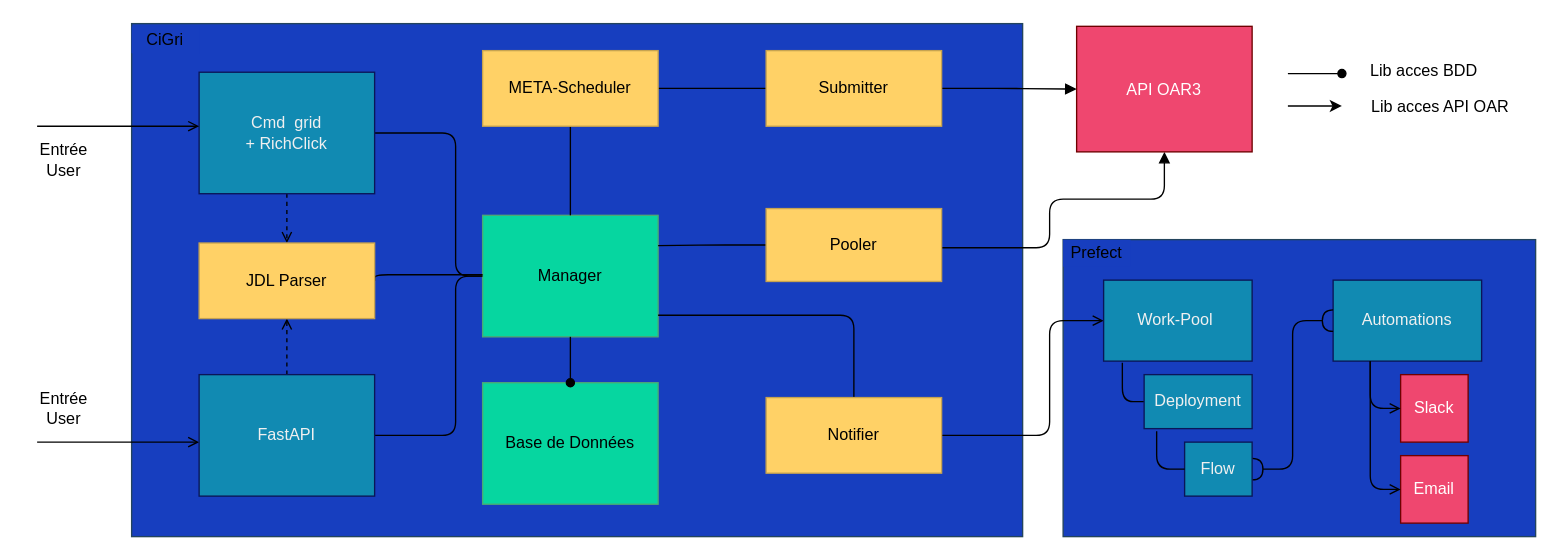
Before: docs/img/diagram/architecture_cigri_v4.drawio in 2023-2024-PROJET-S10-G10/docs, a draw.io diagram. Source tidied: cells renumbered, new cells numbered last; positions are measured from the earlier drawing's top-left corner, leaving out a move shared by most shapes. Both pictures are drawn from the tidied source at 135%, with x=0, y=0 at pixel (23, 23).
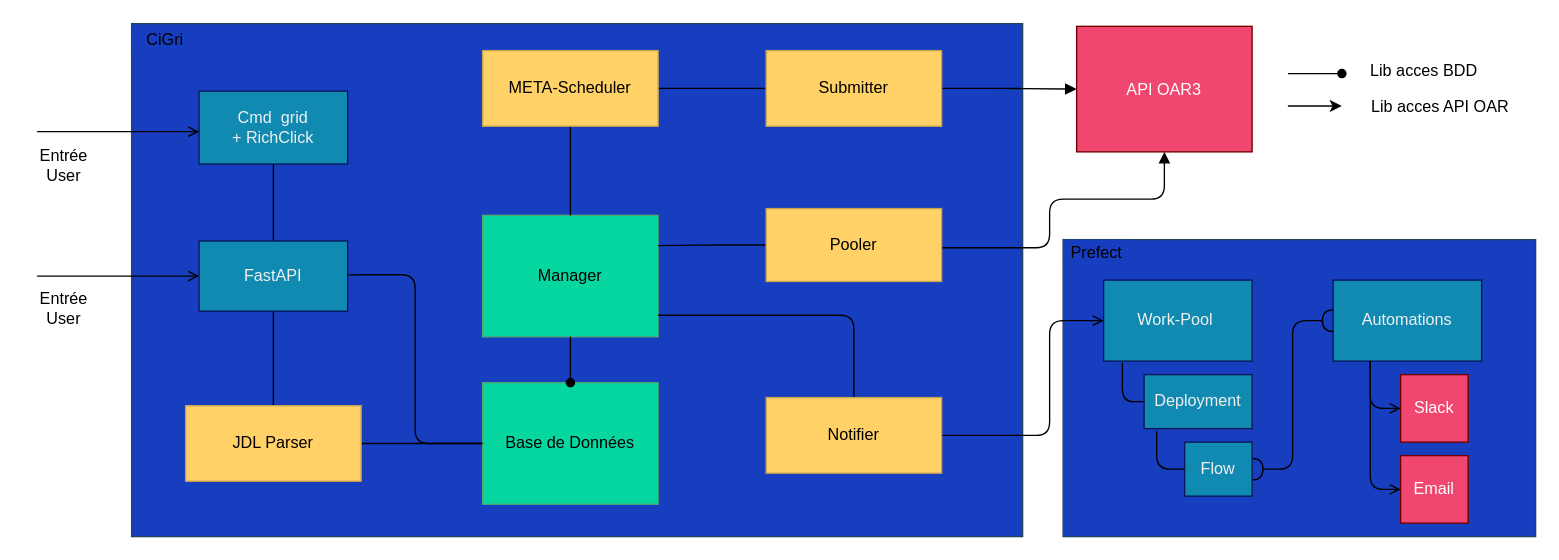
After the change.

Commit message:
Docs: Update the CiGri v4 architecture

The change refers to these unchanged cells:
```xml
<mxCell id="7" value="&lt;font color=&quot;#000000&quot;&gt;Manager&lt;br&gt;&lt;/font&gt;" style="rounded=0;whiteSpace=wrap;html=1;fillColor=#06d6a0;fontColor=#ffffff;strokeColor=#4ca974;" parent="1" vertex="1">
  <mxGeometry x="340" y="142" width="130" height="90" as="geometry" />
</mxCell>
<mxCell id="47" value="&lt;font color=&quot;#000000&quot;&gt;Base de Données&lt;/font&gt;" style="rounded=0;whiteSpace=wrap;html=1;fillColor=#06d6a0;fontColor=#ffffff;strokeColor=#4ca974;" parent="1" vertex="1">
  <mxGeometry x="340" y="266" width="130" height="90" as="geometry" />
</mxCell>
```

The edit, as a diff of the source:
```diff
@@
-    <mxCell id="4" style="edgeStyle=orthogonalEdgeStyle;html=1;exitX=0.5;exitY=1;exitDx=0;exitDy=0;entryX=0.5;entryY=0;entryDx=0;entryDy=0;endArrow=open;endFill=0;dashed=1;" parent="1" edge="1" source="6" target="40">
-      <mxGeometry relative="1" as="geometry" />
-    </mxCell>
-    <mxCell id="5" style="edgeStyle=orthogonalEdgeStyle;html=1;exitX=1;exitY=0.5;exitDx=0;exitDy=0;entryX=0;entryY=0.5;entryDx=0;entryDy=0;endArrow=none;endFill=0;" parent="1" edge="1" source="6" target="7">
-      <mxGeometry relative="1" as="geometry">
-        <Array as="points">
-          <mxPoint x="320" y="81" />
-          <mxPoint x="320" y="187" />
-        </Array>
-      </mxGeometry>
-    </mxCell>
+    <mxCell id="49" style="edgeStyle=none;html=1;exitX=0.5;exitY=0;exitDx=0;exitDy=0;entryX=0.5;entryY=1;entryDx=0;entryDy=0;endArrow=none;endFill=0;" parent="1" edge="1" source="6" target="18">
+      <mxGeometry relative="1" as="geometry" />
+    </mxCell>
     <mxCell id="6" value="&lt;span style=&quot;color: rgb(240, 240, 240);&quot;&gt;Cmd&amp;nbsp; grid&lt;/span&gt;&lt;br style=&quot;color: rgb(240, 240, 240);&quot;&gt;&lt;span style=&quot;color: rgb(240, 240, 240);&quot;&gt;+&amp;nbsp;RichClick&lt;/span&gt;" style="rounded=0;whiteSpace=wrap;html=1;fillColor=#118ab2;fontColor=#ffffff;strokeColor=#0A1657;" parent="1" vertex="1">
-      <mxGeometry x="130" y="36" width="130" height="90" as="geometry" />
+      <mxGeometry x="130" y="50" width="110" height="54" as="geometry" />
     </mxCell>
@@
     <mxCell id="11" style="endArrow=open;html=1;endFill=0;" parent="1" edge="1">
       <mxGeometry relative="1" as="geometry">
-        <mxPoint x="10" y="76" as="sourcePoint" />
-        <mxPoint x="130" y="76" as="targetPoint" />
+        <mxPoint x="10" y="80" as="sourcePoint" />
+        <mxPoint x="130" y="80" as="targetPoint" />
       </mxGeometry>
     </mxCell>
     <mxCell id="12" value="Entrée&lt;br&gt;User" style="text;html=1;strokeColor=none;fillColor=none;align=center;verticalAlign=middle;whiteSpace=wrap;rounded=0;" parent="1" vertex="1">
-      <mxGeometry y="86" width="60" height="30" as="geometry" />
+      <mxGeometry y="90" width="60" height="30" as="geometry" />
     </mxCell>
     <mxCell id="13" style="endArrow=open;html=1;endFill=0;" parent="1" edge="1">
       <mxGeometry relative="1" as="geometry">
-        <mxPoint x="10" y="310" as="sourcePoint" />
-        <mxPoint x="130" y="310" as="targetPoint" />
+        <mxPoint x="10" y="187" as="sourcePoint" />
+        <mxPoint x="130" y="187" as="targetPoint" />
       </mxGeometry>
     </mxCell>
     <mxCell id="14" value="Entrée&lt;br&gt;User" style="text;html=1;strokeColor=none;fillColor=none;align=center;verticalAlign=middle;whiteSpace=wrap;rounded=0;" parent="1" vertex="1">
-      <mxGeometry y="270" width="60" height="30" as="geometry" />
+      <mxGeometry y="196" width="60" height="30" as="geometry" />
     </mxCell>
-    <mxCell id="15" style="edgeStyle=orthogonalEdgeStyle;html=1;fontColor=#000000;endArrow=none;endFill=0;exitX=1;exitY=0.5;exitDx=0;exitDy=0;" parent="1" edge="1" source="40">
-      <mxGeometry relative="1" as="geometry">
-        <mxPoint x="340" y="186" as="targetPoint" />
-        <Array as="points">
-          <mxPoint x="260" y="186" />
-        </Array>
-      </mxGeometry>
-    </mxCell>
-    <mxCell id="16" style="edgeStyle=orthogonalEdgeStyle;html=1;exitX=0.5;exitY=0;exitDx=0;exitDy=0;entryX=0.5;entryY=1;entryDx=0;entryDy=0;endArrow=open;endFill=0;dashed=1;" parent="1" edge="1" source="18" target="40">
+    <mxCell id="16" style="edgeStyle=none;html=1;exitX=0.5;exitY=0;exitDx=0;exitDy=0;entryX=0.5;entryY=1;entryDx=0;entryDy=0;endArrow=none;endFill=0;" parent="1" edge="1" source="18" target="40">
       <mxGeometry relative="1" as="geometry" />
     </mxCell>
-    <mxCell id="17" style="edgeStyle=orthogonalEdgeStyle;html=1;endArrow=none;endFill=0;entryX=0;entryY=0.5;entryDx=0;entryDy=0;" parent="1" edge="1" source="18" target="7">
-      <mxGeometry relative="1" as="geometry">
-        <Array as="points">
-          <mxPoint x="320" y="305" />
-          <mxPoint x="320" y="187" />
-        </Array>
-      </mxGeometry>
-    </mxCell>
     <mxCell id="18" value="&lt;font color=&quot;#f0f0f0&quot;&gt;FastAPI&lt;/font&gt;" style="rounded=0;whiteSpace=wrap;html=1;fillColor=#118ab2;fontColor=#ffffff;strokeColor=#0A1657;" parent="1" vertex="1">
-      <mxGeometry x="130" y="260" width="130" height="90" as="geometry" />
+      <mxGeometry x="130" y="161" width="110" height="52" as="geometry" />
     </mxCell>
@@
+    <mxCell id="50" style="edgeStyle=none;html=1;exitX=1;exitY=0.5;exitDx=0;exitDy=0;entryX=0;entryY=0.5;entryDx=0;entryDy=0;endArrow=none;endFill=0;" parent="1" edge="1" source="40" target="47">
+      <mxGeometry relative="1" as="geometry" />
+    </mxCell>
     <mxCell id="40" value="&lt;font color=&quot;#000000&quot;&gt;JDL Parser&lt;/font&gt;" style="rounded=0;whiteSpace=wrap;html=1;fillColor=#ffd166;fontColor=#ffffff;strokeColor=#C7A350;" parent="1" vertex="1">
-      <mxGeometry x="130" y="162.5" width="130" height="56" as="geometry" />
+      <mxGeometry x="120" y="283" width="130" height="56" as="geometry" />
     </mxCell>
@@
+    <mxCell id="51" style="edgeStyle=orthogonalEdgeStyle;html=1;fontColor=#000000;endArrow=none;endFill=0;exitX=1;exitY=0.5;exitDx=0;exitDy=0;entryX=0;entryY=0.5;entryDx=0;entryDy=0;" parent="1" edge="1" source="18" target="47">
+      <mxGeometry relative="1" as="geometry">
+        <Array as="points">
+          <mxPoint x="240" y="186" />
+          <mxPoint x="290" y="186" />
+          <mxPoint x="290" y="311" />
+        </Array>
+      </mxGeometry>
+    </mxCell>
```
